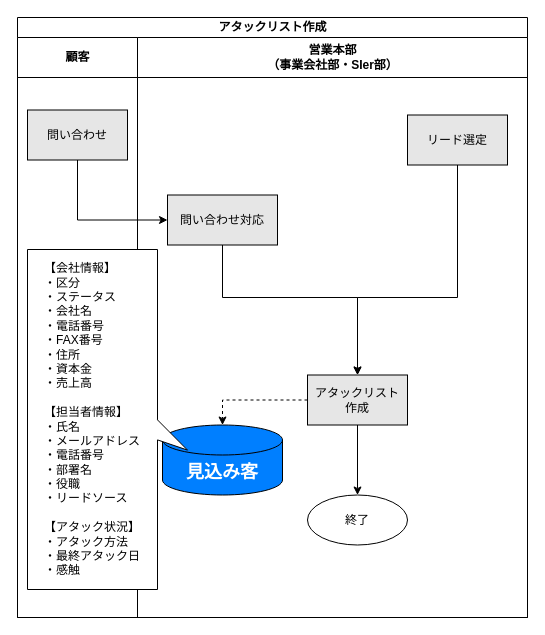
TaikiHorita/TaikiRepository keeps this draw.io diagram as page "アタックリスト作成" (2 of 6) of 20230622To-Be業務フロー図.drawio. Above is the earlier version. Source tidied: cells renumbered, new cells numbered last; positions are measured from the earlier drawing's top-left corner, leaving out a move shared by most shapes. Both pictures are drawn from the tidied source at 100%, with x=0, y=0 at pixel (17, 17).
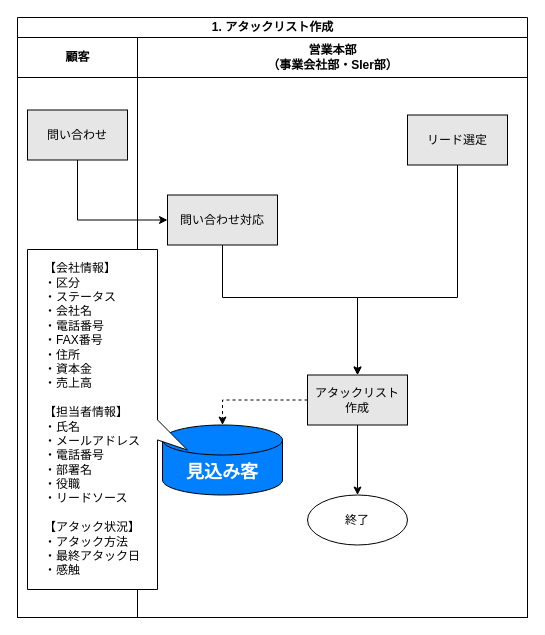
Above is the later version.

The edit, as a diff of the source:
```diff
@@
-    <mxCell id="2" value="アタックリスト作成" style="swimlane;startSize=20;html=1;" parent="1" vertex="1">
+    <mxCell id="2" value="1. アタックリスト作成" style="swimlane;startSize=20;html=1;" parent="1" vertex="1">
       <mxGeometry width="510" height="600" as="geometry" />
     </mxCell>
```
